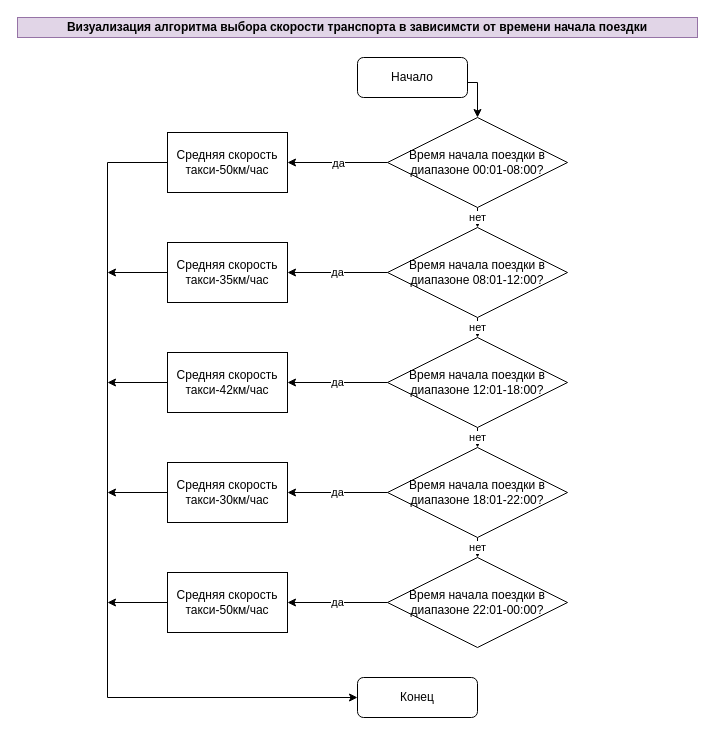
Above: Untitled Diagram.drawio in vozikkk/project (draw.io), before the change. Source tidied: cells renumbered, new cells numbered last; positions are measured from the earlier drawing's top-left corner, leaving out a move shared by most shapes. Both pictures are drawn from the tidied source at 100%, with x=0, y=0 at pixel (17, 17).
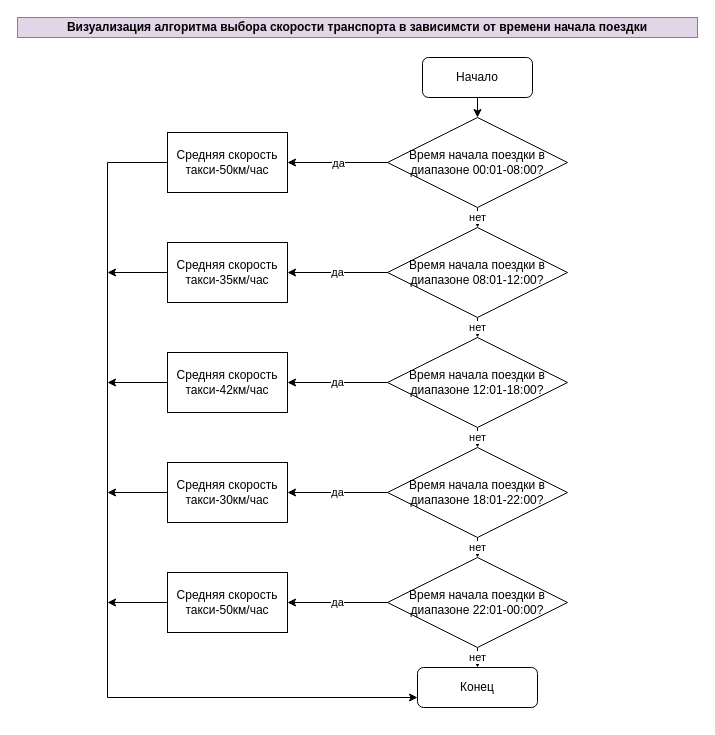
After the change.

Unchanged cells that the change refers to:
```xml
<mxCell id="8" value="Время начала поездки в диапазоне 00:01-08:00?" style="rhombus;whiteSpace=wrap;html=1;" parent="1" vertex="1">
  <mxGeometry x="370" y="100" width="180" height="90" as="geometry" />
</mxCell>
<mxCell id="11" value="Время начала поездки в диапазоне 22:01-00:00?" style="rhombus;whiteSpace=wrap;html=1;" parent="1" vertex="1">
  <mxGeometry x="370" y="540" width="180" height="90" as="geometry" />
</mxCell>
```

Change to the diagram source:
```diff
@@
     <mxCell id="2" style="edgeStyle=orthogonalEdgeStyle;rounded=0;jettySize=auto;html=1;exitX=0.5;exitY=1;exitDx=0;exitDy=0;entryX=0.5;entryY=0;entryDx=0;entryDy=0;" parent="1" edge="1" source="3" target="8">
       <mxGeometry relative="1" as="geometry">
         <Array as="points">
-          <mxPoint x="385" y="65" />
-          <mxPoint x="460" y="65" />
+          <mxPoint x="460" y="80" />
+          <mxPoint x="460" y="80" />
         </Array>
       </mxGeometry>
     </mxCell>
     <mxCell id="3" value="Начало" style="rounded=1;whiteSpace=wrap;html=1;fontSize=12;glass=0;strokeWidth=1;shadow=0;" parent="1" vertex="1">
-      <mxGeometry x="340" y="40" width="110" height="40" as="geometry" />
+      <mxGeometry x="405" y="40" width="110" height="40" as="geometry" />
     </mxCell>
     <mxCell id="4" value="Конец" style="rounded=1;whiteSpace=wrap;html=1;fontSize=12;glass=0;strokeWidth=1;shadow=0;" parent="1" vertex="1">
-      <mxGeometry x="340" y="660" width="120" height="40" as="geometry" />
+      <mxGeometry x="400" y="650" width="120" height="40" as="geometry" />
     </mxCell>
@@
+    <mxCell id="30" value="нет" style="edgeStyle=orthogonalEdgeStyle;rounded=0;jettySize=auto;html=1;exitX=0.5;exitY=1;exitDx=0;exitDy=0;entryX=0.5;entryY=0;entryDx=0;entryDy=0;" parent="1" edge="1" source="11" target="4">
+      <mxGeometry relative="1" as="geometry" />
+    </mxCell>
```
